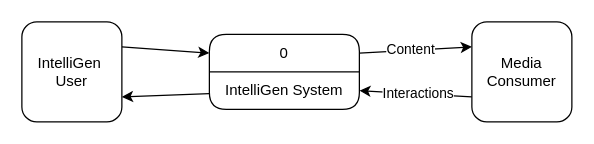
Before: SENG 321/RSDCFD.drawio in amirabdullahi1/gold, a draw.io diagram. Source tidied: cells renumbered, new cells numbered last; positions are measured from the earlier drawing's top-left corner, leaving out a move shared by most shapes. Both pictures are drawn from the tidied source at 125%, with x=0, y=0 at pixel (21, 21).
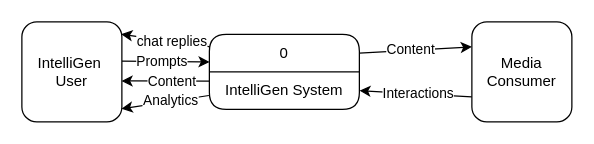
The same diagram, later.

The change refers to these unchanged cells:
```xml
<mxCell id="4" value="0" style="swimlane;fontStyle=0;horizontal=1;startSize=30;whiteSpace=wrap;html=1;rounded=1;" parent="1" vertex="1">
  <mxGeometry x="150" y="10" width="120" height="60" as="geometry" />
</mxCell>
<mxCell id="5" value="IntelliGen System" style="text;strokeColor=none;fillColor=none;align=center;verticalAlign=middle;spacingLeft=4;spacingRight=4;overflow=hidden;points=[[0,0.5],[1,0.5]];portConstraint=eastwest;whiteSpace=wrap;html=1;" parent="4" vertex="1">
  <mxGeometry y="30" width="120" height="30" as="geometry" />
</mxCell>
<mxCell id="7" value="&lt;div&gt;IntelliGen&amp;nbsp;&lt;/div&gt;&lt;div&gt;User&lt;/div&gt;" style="whiteSpace=wrap;html=1;rounded=1;" parent="1" vertex="1">
  <mxGeometry width="80" height="80" as="geometry" />
</mxCell>
```

What changed in the source:
```diff
@@
+    <mxCell id="12" style="rounded=0;jettySize=auto;html=1;entryX=0.996;entryY=0.591;entryDx=0;entryDy=0;entryPerimeter=0;exitX=0.001;exitY=0.246;exitDx=0;exitDy=0;exitPerimeter=0;" parent="1" edge="1" source="5" target="7">
+      <mxGeometry relative="1" as="geometry" />
+    </mxCell>
+    <mxCell id="13" value="Content" style="edgeLabel;html=1;align=center;verticalAlign=middle;" parent="12" vertex="1">
+      <mxGeometry x="0.24" y="-1" relative="1" as="geometry">
+        <mxPoint x="13" y="1" as="offset" />
+      </mxGeometry>
+    </mxCell>
+    <mxCell id="14" style="rounded=0;jettySize=auto;html=1;exitX=0.98;exitY=0.083;exitDx=0;exitDy=0;exitPerimeter=0;entryX=0.993;entryY=0.123;entryDx=0;entryDy=0;entryPerimeter=0;" parent="1" edge="1" target="7">
+      <mxGeometry relative="1" as="geometry">
+        <mxPoint x="151" y="20" as="sourcePoint" />
+      </mxGeometry>
+    </mxCell>
+    <mxCell id="15" value="chat replies" style="edgeLabel;html=1;align=center;verticalAlign=middle;" parent="14" vertex="1">
+      <mxGeometry x="0.34" y="-1" relative="1" as="geometry">
+        <mxPoint x="16" y="3" as="offset" />
+      </mxGeometry>
+    </mxCell>
@@
-    <mxCell id="6" style="rounded=0;jettySize=auto;html=1;entryX=0;entryY=0.25;entryDx=0;entryDy=0;exitX=1;exitY=0.25;exitDx=0;exitDy=0;" parent="1" edge="1" source="7" target="4">
+    <mxCell id="6" style="rounded=0;jettySize=auto;html=1;entryX=0.002;entryY=0.367;entryDx=0;entryDy=0;exitX=0.999;exitY=0.393;exitDx=0;exitDy=0;entryPerimeter=0;exitPerimeter=0;" parent="1" edge="1" source="7" target="4">
       <mxGeometry relative="1" as="geometry" />
     </mxCell>
+    <mxCell id="16" value="Prompts" style="edgeLabel;html=1;align=center;verticalAlign=middle;" parent="6" vertex="1">
+      <mxGeometry x="0.31" y="1" relative="1" as="geometry">
+        <mxPoint x="-14" y="1" as="offset" />
+      </mxGeometry>
+    </mxCell>
@@
-    <mxCell id="11" style="rounded=0;jettySize=auto;html=1;entryX=1;entryY=0.75;entryDx=0;entryDy=0;" parent="1" edge="1" source="5" target="7">
+    <mxCell id="11" style="rounded=0;jettySize=auto;html=1;entryX=0.996;entryY=0.869;entryDx=0;entryDy=0;exitX=-0.003;exitY=0.63;exitDx=0;exitDy=0;exitPerimeter=0;entryPerimeter=0;" parent="1" edge="1" source="5" target="7">
       <mxGeometry relative="1" as="geometry" />
     </mxCell>
+    <mxCell id="17" value="Analytics" style="edgeLabel;html=1;align=center;verticalAlign=middle;" parent="11" vertex="1">
+      <mxGeometry x="-0.12" y="-1" relative="1" as="geometry" />
+    </mxCell>
```
